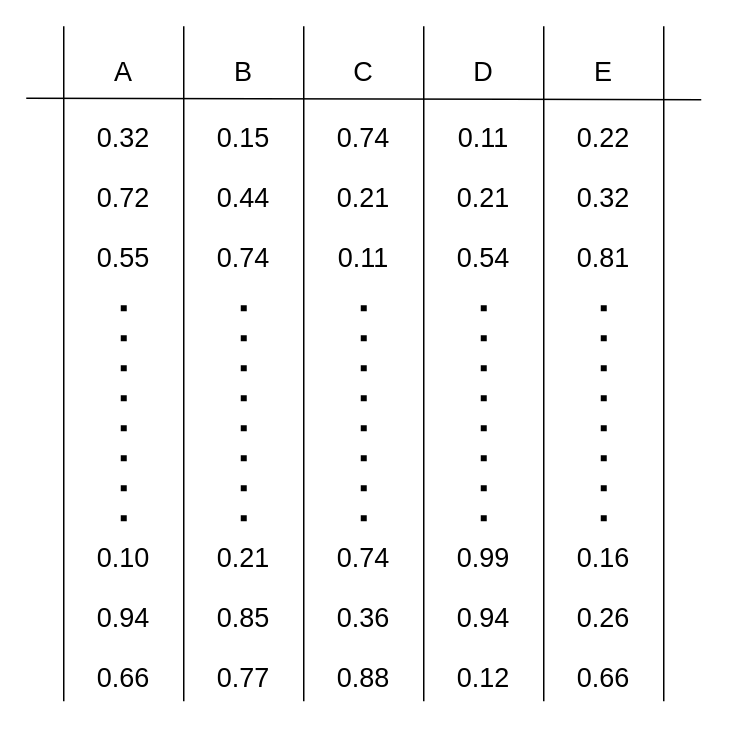
The draw.io diagram page "第 3 页" (3 of 7) of Images/04-注意力機制.drawio in vomit21100/LLM_Notes, before the edit. Source tidied: cells renumbered, new cells numbered last; positions are measured from the earlier drawing's top-left corner, leaving out a move shared by most shapes. Both pictures are drawn from the tidied source at 150%, with x=0, y=0 at pixel (26, 26).
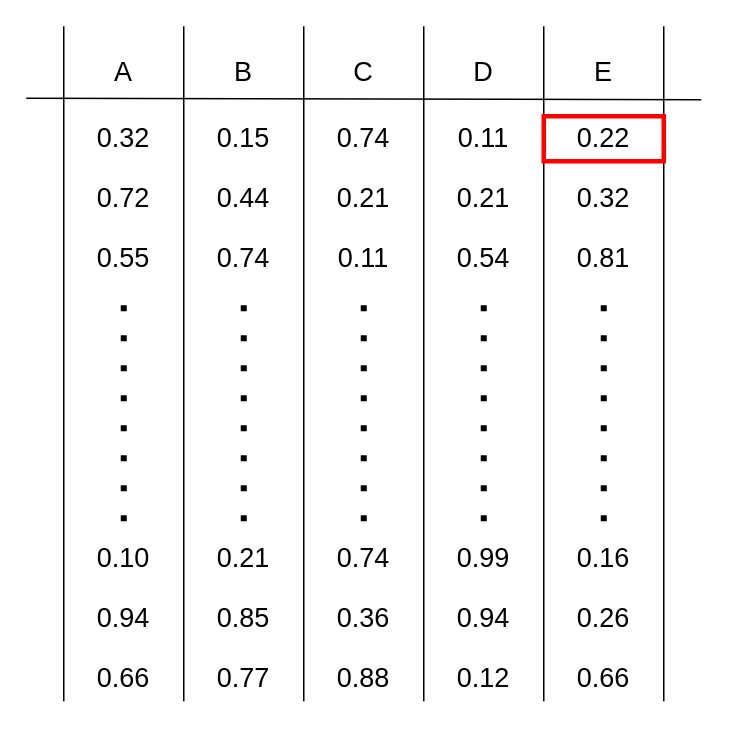
Above is the later version.

Commit message (it also covers changes not shown here):
完成04-注意力機制

What changed in the source:
```diff
@@
+    <mxCell id="49" style="rounded=0;whiteSpace=wrap;html=1;fillColor=none;strokeColor=light-dark(#FF0000,#FF0000);strokeWidth=3;" parent="1" vertex="1">
+      <mxGeometry x="345" y="60" width="80" height="30" as="geometry" />
+    </mxCell>
```
